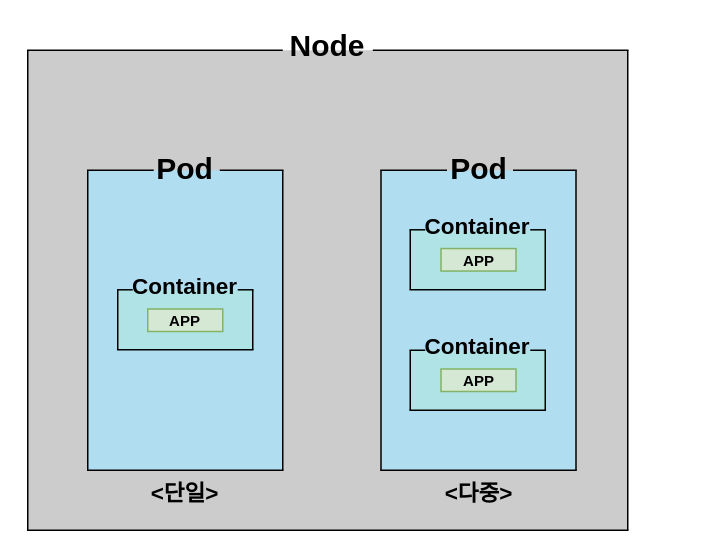
Earlier version of the draw.io diagram page "Pod" (2 of 2) of pod.drawio (realten/draw.io). Source tidied: cells renumbered, new cells numbered last; positions are measured from the earlier drawing's top-left corner, leaving out a move shared by most shapes. Both pictures are drawn from the tidied source at 150%, with x=0, y=0 at pixel (27, 50).
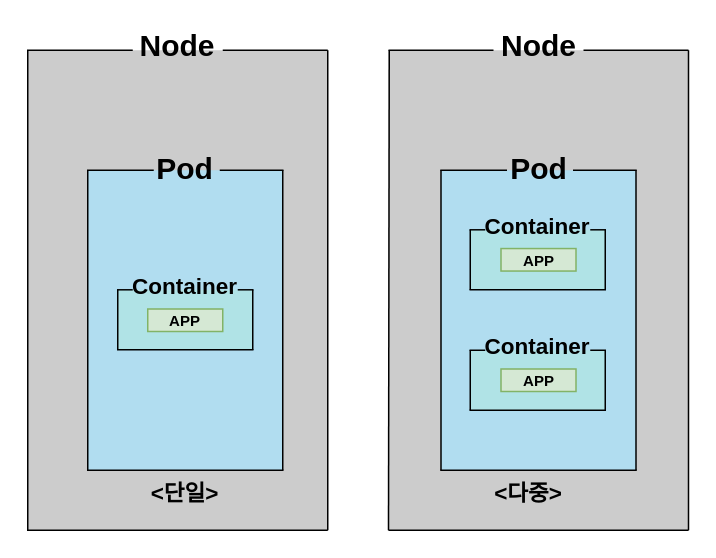
Above is the later version.

Change to the diagram source:
```diff
@@
+    <mxCell id="43" value="&lt;b&gt;Node&lt;/b&gt;" style="rounded=0;whiteSpace=wrap;html=1;fillColor=#CCCCCC;strokeColor=none;fontSize=20;fontFamily=맑은 고딕;labelPosition=center;verticalLabelPosition=top;align=center;verticalAlign=bottom;spacingBottom=-11;" parent="1" vertex="1">
+      <mxGeometry x="240.5" width="200" height="320" as="geometry" />
+    </mxCell>
     <mxCell id="2" value="&lt;b&gt;Node&lt;/b&gt;" style="rounded=0;whiteSpace=wrap;html=1;fillColor=#CCCCCC;strokeColor=none;fontSize=20;fontFamily=맑은 고딕;labelPosition=center;verticalLabelPosition=top;align=center;verticalAlign=bottom;spacingBottom=-11;" parent="1" vertex="1">
-      <mxGeometry width="400" height="320" as="geometry" />
+      <mxGeometry width="200" height="320" as="geometry" />
     </mxCell>
@@
     <mxCell id="16" value="&lt;b&gt;Pod&lt;/b&gt;" style="rounded=0;whiteSpace=wrap;html=1;fontSize=20;fillColor=#b1ddf0;strokeColor=none;labelPosition=center;verticalLabelPosition=top;align=center;verticalAlign=bottom;spacingBottom=-13;fontFamily=맑은 고딕;" parent="1" vertex="1">
-      <mxGeometry x="235.5" y="80" width="130" height="200" as="geometry" />
+      <mxGeometry x="275.5" y="80" width="130" height="200" as="geometry" />
     </mxCell>
     <mxCell id="17" value="&lt;font style=&quot;font-size: 15px ; line-height: 1.2&quot;&gt;&lt;b&gt;Container&lt;/b&gt;&lt;/font&gt;" style="rounded=0;whiteSpace=wrap;html=1;fontFamily=맑은 고딕;fontSize=20;fillColor=#b0e3e6;strokeColor=none;verticalAlign=bottom;labelPosition=center;verticalLabelPosition=top;align=center;spacingBottom=-10;labelBackgroundColor=none;glass=0;perimeterSpacing=0;strokeWidth=0;" parent="1" vertex="1">
-      <mxGeometry x="255" y="200" width="90" height="40" as="geometry" />
+      <mxGeometry x="295" y="200" width="90" height="40" as="geometry" />
     </mxCell>
     <mxCell id="18" value="APP" style="rounded=0;whiteSpace=wrap;html=1;fontFamily=맑은 고딕;fontSize=10;fillColor=#d5e8d4;strokeColor=#82b366;fontStyle=1;" parent="1" vertex="1">
-      <mxGeometry x="275.5" y="212.5" width="50" height="15" as="geometry" />
+      <mxGeometry x="315.5" y="212.5" width="50" height="15" as="geometry" />
     </mxCell>
@@
     <mxCell id="20" style="endArrow=none;html=1;rounded=0;fontFamily=맑은 고딕;fontSize=15;fontColor=#000000;strokeColor=#000000;strokeWidth=1;entryX=0;entryY=1;entryDx=0;entryDy=0;exitX=1;exitY=1;exitDx=0;exitDy=0;" parent="1" edge="1">
       <mxGeometry relative="1" as="geometry">
-        <mxPoint x="345.5" y="240" as="sourcePoint" />
-        <mxPoint x="254.5" y="240" as="targetPoint" />
+        <mxPoint x="385.5" y="240" as="sourcePoint" />
+        <mxPoint x="294.5" y="240" as="targetPoint" />
       </mxGeometry>
     </mxCell>
@@
     <mxCell id="22" style="endArrow=none;html=1;rounded=0;fontFamily=맑은 고딕;fontSize=15;fontColor=#000000;strokeColor=#000000;strokeWidth=1;startSize=6;" parent="1" edge="1">
       <mxGeometry relative="1" as="geometry">
-        <mxPoint x="254.5" y="200" as="sourcePoint" />
-        <mxPoint x="265" y="200" as="targetPoint" />
+        <mxPoint x="294.5" y="200" as="sourcePoint" />
+        <mxPoint x="305" y="200" as="targetPoint" />
       </mxGeometry>
     </mxCell>
     <mxCell id="23" style="endArrow=none;html=1;rounded=0;fontFamily=맑은 고딕;fontSize=15;fontColor=#000000;strokeColor=#000000;strokeWidth=1;startSize=6;" parent="1" edge="1">
       <mxGeometry relative="1" as="geometry">
-        <mxPoint x="335" y="200" as="sourcePoint" />
-        <mxPoint x="345.5" y="200" as="targetPoint" />
+        <mxPoint x="375" y="200" as="sourcePoint" />
+        <mxPoint x="385.5" y="200" as="targetPoint" />
       </mxGeometry>
     </mxCell>
@@
     <mxCell id="25" style="endArrow=none;html=1;rounded=0;fontFamily=맑은 고딕;fontSize=15;fontColor=#000000;strokeColor=#000000;strokeWidth=1;exitX=1;exitY=1;exitDx=0;exitDy=0;entryX=0;entryY=1;entryDx=0;entryDy=0;" parent="1" edge="1">
       <mxGeometry relative="1" as="geometry">
-        <mxPoint x="366" y="280" as="sourcePoint" />
-        <mxPoint x="235" y="280" as="targetPoint" />
+        <mxPoint x="406" y="280" as="sourcePoint" />
+        <mxPoint x="275" y="280" as="targetPoint" />
       </mxGeometry>
     </mxCell>
@@
     <mxCell id="27" style="endArrow=none;html=1;rounded=0;fontFamily=맑은 고딕;fontSize=15;fontColor=#000000;strokeColor=#000000;strokeWidth=1;startSize=6;entryX=0;entryY=0;entryDx=0;entryDy=0;exitX=0;exitY=0;exitDx=0;exitDy=0;" parent="1" edge="1">
       <mxGeometry relative="1" as="geometry">
-        <mxPoint x="235" y="80" as="sourcePoint" />
-        <mxPoint x="279.5" y="80" as="targetPoint" />
+        <mxPoint x="275" y="80" as="sourcePoint" />
+        <mxPoint x="319.5" y="80" as="targetPoint" />
         <Array as="points">
-          <mxPoint x="250" y="80" />
+          <mxPoint x="290" y="80" />
         </Array>
       </mxGeometry>
     </mxCell>
     <mxCell id="28" style="endArrow=none;html=1;rounded=0;fontFamily=맑은 고딕;fontSize=15;fontColor=#000000;strokeColor=#000000;strokeWidth=1;startSize=6;entryX=0;entryY=0;entryDx=0;entryDy=0;" parent="1" edge="1">
       <mxGeometry relative="1" as="geometry">
-        <mxPoint x="366" y="80" as="sourcePoint" />
-        <mxPoint x="323.5" y="80" as="targetPoint" />
+        <mxPoint x="406" y="80" as="sourcePoint" />
+        <mxPoint x="363.5" y="80" as="targetPoint" />
       </mxGeometry>
     </mxCell>
     <mxCell id="29" value="&lt;font style=&quot;font-size: 15px ; line-height: 1.2&quot;&gt;&lt;b&gt;Container&lt;/b&gt;&lt;/font&gt;" style="rounded=0;whiteSpace=wrap;html=1;fontFamily=맑은 고딕;fontSize=20;fillColor=#b0e3e6;strokeColor=none;verticalAlign=bottom;labelPosition=center;verticalLabelPosition=top;align=center;spacingBottom=-10;labelBackgroundColor=none;glass=0;perimeterSpacing=0;strokeWidth=0;" parent="1" vertex="1">
-      <mxGeometry x="255" y="119.7" width="90" height="40" as="geometry" />
+      <mxGeometry x="295" y="119.7" width="90" height="40" as="geometry" />
     </mxCell>
     <mxCell id="30" value="APP" style="rounded=0;whiteSpace=wrap;html=1;fontFamily=맑은 고딕;fontSize=10;fillColor=#d5e8d4;strokeColor=#82b366;fontStyle=1;" parent="1" vertex="1">
-      <mxGeometry x="275.5" y="132.2" width="50" height="15" as="geometry" />
+      <mxGeometry x="315.5" y="132.2" width="50" height="15" as="geometry" />
     </mxCell>
@@
     <mxCell id="32" style="endArrow=none;html=1;rounded=0;fontFamily=맑은 고딕;fontSize=15;fontColor=#000000;strokeColor=#000000;strokeWidth=1;entryX=0;entryY=1;entryDx=0;entryDy=0;exitX=1;exitY=1;exitDx=0;exitDy=0;" parent="1" edge="1">
       <mxGeometry relative="1" as="geometry">
-        <mxPoint x="345.5" y="159.7" as="sourcePoint" />
-        <mxPoint x="254.5" y="159.7" as="targetPoint" />
+        <mxPoint x="385.5" y="159.7" as="sourcePoint" />
+        <mxPoint x="294.5" y="159.7" as="targetPoint" />
       </mxGeometry>
     </mxCell>
@@
     <mxCell id="34" style="endArrow=none;html=1;rounded=0;fontFamily=맑은 고딕;fontSize=15;fontColor=#000000;strokeColor=#000000;strokeWidth=1;startSize=6;" parent="1" edge="1">
       <mxGeometry relative="1" as="geometry">
-        <mxPoint x="254.5" y="119.7" as="sourcePoint" />
-        <mxPoint x="265" y="119.7" as="targetPoint" />
+        <mxPoint x="294.5" y="119.7" as="sourcePoint" />
+        <mxPoint x="305" y="119.7" as="targetPoint" />
       </mxGeometry>
     </mxCell>
     <mxCell id="35" style="endArrow=none;html=1;rounded=0;fontFamily=맑은 고딕;fontSize=15;fontColor=#000000;strokeColor=#000000;strokeWidth=1;startSize=6;" parent="1" edge="1">
       <mxGeometry relative="1" as="geometry">
-        <mxPoint x="335" y="119.7" as="sourcePoint" />
-        <mxPoint x="345.5" y="119.7" as="targetPoint" />
+        <mxPoint x="375" y="119.7" as="sourcePoint" />
+        <mxPoint x="385.5" y="119.7" as="targetPoint" />
       </mxGeometry>
     </mxCell>
@@
-    <mxCell id="38" style="endArrow=none;html=1;rounded=0;fontFamily=맑은 고딕;fontSize=20;fontColor=#000000;startSize=6;strokeColor=#000000;strokeWidth=1;exitX=0;exitY=1;exitDx=0;exitDy=0;entryX=1;entryY=1;entryDx=0;entryDy=0;" parent="1" edge="1">
+    <mxCell id="38" style="endArrow=none;html=1;rounded=0;fontFamily=맑은 고딕;fontSize=20;fontColor=#000000;startSize=6;strokeColor=#000000;strokeWidth=1;exitX=0;exitY=1;exitDx=0;exitDy=0;entryX=1;entryY=1;entryDx=0;entryDy=0;" parent="1" edge="1" target="2">
       <mxGeometry relative="1" as="geometry">
         <mxPoint x="-0.5" y="320" as="sourcePoint" />
-        <mxPoint x="400.5" y="320" as="targetPoint" />
       </mxGeometry>
     </mxCell>
-    <mxCell id="39" style="endArrow=none;html=1;rounded=0;fontFamily=맑은 고딕;fontSize=20;fontColor=#000000;startSize=6;strokeColor=#000000;strokeWidth=1;exitX=0.75;exitY=0;exitDx=0;exitDy=0;entryX=1;entryY=0;entryDx=0;entryDy=0;" parent="1" edge="1">
+    <mxCell id="39" style="endArrow=none;html=1;rounded=0;fontFamily=맑은 고딕;fontSize=20;fontColor=#000000;startSize=6;strokeColor=#000000;strokeWidth=1;exitX=0.75;exitY=0;exitDx=0;exitDy=0;" parent="1" edge="1">
       <mxGeometry relative="1" as="geometry">
-        <mxPoint x="230" as="sourcePoint" />
-        <mxPoint x="400.5" as="targetPoint" />
+        <mxPoint x="130" as="sourcePoint" />
+        <mxPoint x="200" as="targetPoint" />
       </mxGeometry>
     </mxCell>
-    <mxCell id="40" style="endArrow=none;html=1;rounded=0;fontFamily=맑은 고딕;fontSize=20;fontColor=#000000;startSize=6;strokeColor=#000000;strokeWidth=1;exitX=0.25;exitY=0;exitDx=0;exitDy=0;entryX=0;entryY=0;entryDx=0;entryDy=0;" parent="1" edge="1">
+    <mxCell id="40" style="endArrow=none;html=1;rounded=0;fontFamily=맑은 고딕;fontSize=20;fontColor=#000000;startSize=6;strokeColor=#000000;strokeWidth=1;entryX=0;entryY=0;entryDx=0;entryDy=0;" parent="1" edge="1">
       <mxGeometry relative="1" as="geometry">
-        <mxPoint x="170" as="sourcePoint" />
+        <mxPoint x="70" as="sourcePoint" />
         <mxPoint x="-0.5" as="targetPoint" />
       </mxGeometry>
     </mxCell>
@@
     <mxCell id="42" value="&amp;lt;다중&amp;gt;" style="text;html=1;strokeColor=none;fillColor=none;align=center;verticalAlign=middle;whiteSpace=wrap;rounded=0;glass=0;labelBackgroundColor=none;fontFamily=맑은 고딕;fontSize=15;fontColor=#000000;fontStyle=1;" parent="1" vertex="1">
-      <mxGeometry x="270.5" y="280" width="60" height="30" as="geometry" />
+      <mxGeometry x="304" y="280" width="60" height="30" as="geometry" />
     </mxCell>
+    <mxCell id="44" style="endArrow=none;html=1;rounded=0;fontFamily=맑은 고딕;fontSize=20;fontColor=#000000;startSize=6;strokeColor=#000000;strokeWidth=1;exitX=0.75;exitY=0;exitDx=0;exitDy=0;" parent="1" edge="1">
+      <mxGeometry relative="1" as="geometry">
+        <mxPoint x="240.5" as="sourcePoint" />
+        <mxPoint x="310.5" as="targetPoint" />
+      </mxGeometry>
+    </mxCell>
+    <mxCell id="45" style="endArrow=none;html=1;rounded=0;fontFamily=맑은 고딕;fontSize=20;fontColor=#000000;startSize=6;strokeColor=#000000;strokeWidth=1;exitX=0.75;exitY=0;exitDx=0;exitDy=0;" parent="1" edge="1">
+      <mxGeometry relative="1" as="geometry">
+        <mxPoint x="370.5" as="sourcePoint" />
+        <mxPoint x="440.5" as="targetPoint" />
+      </mxGeometry>
+    </mxCell>
+    <mxCell id="46" style="endArrow=none;html=1;rounded=0;fontFamily=맑은 고딕;fontSize=20;fontColor=#000000;startSize=6;strokeColor=#000000;strokeWidth=1;exitX=0.75;exitY=0;exitDx=0;exitDy=0;entryX=1;entryY=1;entryDx=0;entryDy=0;" parent="1" edge="1" target="43">
+      <mxGeometry relative="1" as="geometry">
+        <mxPoint x="240.5" y="320" as="sourcePoint" />
+      </mxGeometry>
+    </mxCell>
+    <mxCell id="47" style="endArrow=none;html=1;rounded=0;fontFamily=맑은 고딕;fontSize=20;fontColor=#000000;startSize=6;strokeColor=#000000;strokeWidth=1;exitX=1;exitY=0;exitDx=0;exitDy=0;entryX=1;entryY=1;entryDx=0;entryDy=0;" parent="1" edge="1" source="43" target="43">
+      <mxGeometry relative="1" as="geometry" />
+    </mxCell>
+    <mxCell id="48" style="endArrow=none;html=1;rounded=0;fontFamily=맑은 고딕;fontSize=20;fontColor=#000000;startSize=6;strokeColor=#000000;strokeWidth=1;entryX=0;entryY=1;entryDx=0;entryDy=0;" parent="1" edge="1" target="43">
+      <mxGeometry relative="1" as="geometry">
+        <mxPoint x="241" as="sourcePoint" />
+      </mxGeometry>
+    </mxCell>
```
